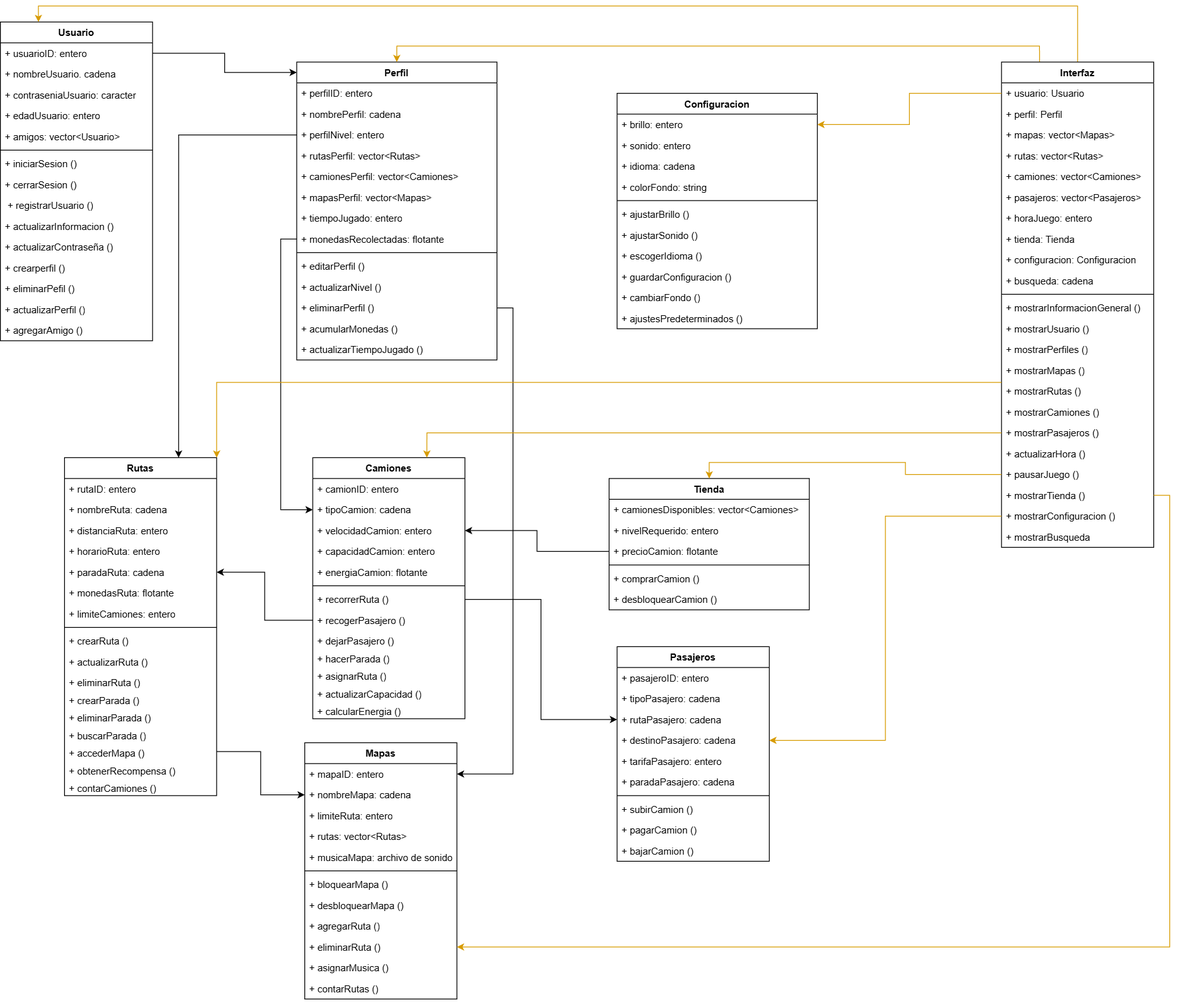
This is src/assets/images/diagramas_uml/uml_basulto.png from Josemaria-Conde/Kukulc-n-Studio, a draw.io export, as it was before one commit. Source tidied: cells renumbered, new cells last; positions are measured from the earlier drawing's top-left corner, leaving out a move shared by most shapes.
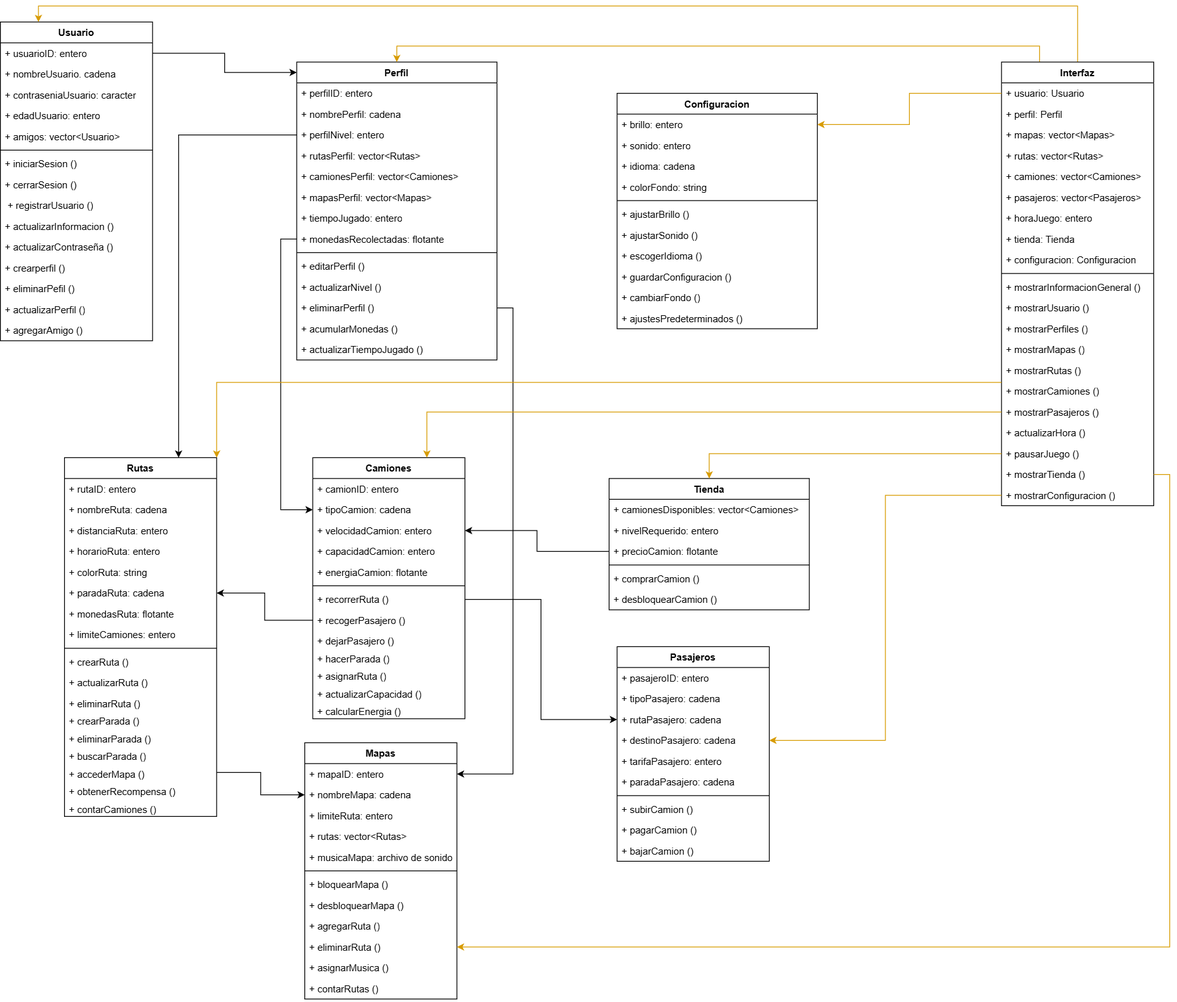
Later version of the same file.

Diff of the diagram source:
```diff
@@ -96,7 +96,7 @@
       <mxGeometry y="346" width="250" height="26" as="geometry" />
     </mxCell>
     <mxCell id="33" value="Rutas" style="swimlane;fontStyle=1;align=center;verticalAlign=top;horizontal=1;startSize=26;whiteSpace=wrap;html=1;" parent="1" vertex="1">
-      <mxGeometry x="80" y="544" width="190" height="422" as="geometry" />
+      <mxGeometry x="80" y="544" width="190" height="448" as="geometry" />
     </mxCell>
     <mxCell id="34" value="+ rutaID: entero&amp;nbsp;" style="text;strokeColor=none;fillColor=none;align=left;verticalAlign=top;spacingLeft=4;spacingRight=4;overflow=hidden;whiteSpace=wrap;html=1;" parent="33" vertex="1">
       <mxGeometry y="26" width="190" height="26" as="geometry" />
@@ -110,44 +110,47 @@
     <mxCell id="37" value="+ horarioRuta: entero" style="text;strokeColor=none;fillColor=none;align=left;verticalAlign=top;spacingLeft=4;spacingRight=4;overflow=hidden;whiteSpace=wrap;html=1;" parent="33" vertex="1">
       <mxGeometry y="104" width="190" height="26" as="geometry" />
     </mxCell>
+    <mxCell id="148" value="+ colorRuta: string" style="text;strokeColor=none;fillColor=none;align=left;verticalAlign=top;spacingLeft=4;spacingRight=4;overflow=hidden;whiteSpace=wrap;html=1;" parent="33" vertex="1">
+      <mxGeometry y="130" width="190" height="26" as="geometry" />
+    </mxCell>
     <mxCell id="38" value="+ paradaRuta: cadena" style="text;strokeColor=none;fillColor=none;align=left;verticalAlign=top;spacingLeft=4;spacingRight=4;overflow=hidden;points=[[0,0.5],[1,0.5]];portConstraint=eastwest;whiteSpace=wrap;html=1;" parent="33" vertex="1">
-      <mxGeometry y="130" width="190" height="26" as="geometry" />
+      <mxGeometry y="156" width="190" height="26" as="geometry" />
     </mxCell>
     <mxCell id="39" value="+ monedasRuta: flotante" style="text;strokeColor=none;fillColor=none;align=left;verticalAlign=top;spacingLeft=4;spacingRight=4;overflow=hidden;whiteSpace=wrap;html=1;" parent="33" vertex="1">
-      <mxGeometry y="156" width="190" height="26" as="geometry" />
+      <mxGeometry y="182" width="190" height="26" as="geometry" />
     </mxCell>
     <mxCell id="40" value="+ limiteCamiones: entero" style="text;strokeColor=none;fillColor=none;align=left;verticalAlign=top;spacingLeft=4;spacingRight=4;overflow=hidden;whiteSpace=wrap;html=1;" parent="33" vertex="1">
-      <mxGeometry y="182" width="190" height="26" as="geometry" />
+      <mxGeometry y="208" width="190" height="26" as="geometry" />
     </mxCell>
     <mxCell id="41" style="line;strokeWidth=1;fillColor=none;align=left;verticalAlign=middle;spacingTop=-1;spacingLeft=3;spacingRight=3;labelPosition=right;strokeColor=inherit;" parent="33" vertex="1">
-      <mxGeometry y="208" width="190" height="8" as="geometry" />
+      <mxGeometry y="234" width="190" height="8" as="geometry" />
     </mxCell>
     <mxCell id="42" value="+ crearRuta ()" style="text;strokeColor=none;fillColor=none;align=left;verticalAlign=top;spacingLeft=4;spacingRight=4;overflow=hidden;whiteSpace=wrap;html=1;" parent="33" vertex="1">
-      <mxGeometry y="216" width="190" height="26" as="geometry" />
+      <mxGeometry y="242" width="190" height="26" as="geometry" />
     </mxCell>
     <mxCell id="43" value="+ actualizarRuta ()" style="text;strokeColor=none;fillColor=none;align=left;verticalAlign=top;spacingLeft=4;spacingRight=4;overflow=hidden;whiteSpace=wrap;html=1;" parent="33" vertex="1">
-      <mxGeometry y="242" width="190" height="26" as="geometry" />
+      <mxGeometry y="268" width="190" height="26" as="geometry" />
     </mxCell>
     <mxCell id="44" value="+ eliminarRuta ()" style="text;strokeColor=none;fillColor=none;align=left;verticalAlign=top;spacingLeft=4;spacingRight=4;overflow=hidden;whiteSpace=wrap;html=1;" parent="33" vertex="1">
-      <mxGeometry y="268" width="190" height="22" as="geometry" />
+      <mxGeometry y="294" width="190" height="22" as="geometry" />
     </mxCell>
     <mxCell id="45" value="+ crearParada ()" style="text;strokeColor=none;fillColor=none;align=left;verticalAlign=top;spacingLeft=4;spacingRight=4;overflow=hidden;whiteSpace=wrap;html=1;" parent="33" vertex="1">
-      <mxGeometry y="290" width="190" height="22" as="geometry" />
+      <mxGeometry y="316" width="190" height="22" as="geometry" />
     </mxCell>
     <mxCell id="46" value="+ eliminarParada ()" style="text;strokeColor=none;fillColor=none;align=left;verticalAlign=top;spacingLeft=4;spacingRight=4;overflow=hidden;whiteSpace=wrap;html=1;" parent="33" vertex="1">
-      <mxGeometry y="312" width="190" height="22" as="geometry" />
+      <mxGeometry y="338" width="190" height="22" as="geometry" />
     </mxCell>
     <mxCell id="47" value="+ buscarParada ()" style="text;strokeColor=none;fillColor=none;align=left;verticalAlign=top;spacingLeft=4;spacingRight=4;overflow=hidden;whiteSpace=wrap;html=1;" parent="33" vertex="1">
-      <mxGeometry y="334" width="190" height="22" as="geometry" />
+      <mxGeometry y="360" width="190" height="22" as="geometry" />
     </mxCell>
     <mxCell id="48" value="+ accederMapa ()" style="text;strokeColor=none;fillColor=none;align=left;verticalAlign=top;spacingLeft=4;spacingRight=4;overflow=hidden;points=[[0,0.5],[1,0.5]];portConstraint=eastwest;whiteSpace=wrap;html=1;" parent="33" vertex="1">
-      <mxGeometry y="356" width="190" height="22" as="geometry" />
+      <mxGeometry y="382" width="190" height="22" as="geometry" />
     </mxCell>
     <mxCell id="49" value="+ obtenerRecompensa ()" style="text;strokeColor=none;fillColor=none;align=left;verticalAlign=top;spacingLeft=4;spacingRight=4;overflow=hidden;whiteSpace=wrap;html=1;" parent="33" vertex="1">
-      <mxGeometry y="378" width="190" height="22" as="geometry" />
+      <mxGeometry y="404" width="190" height="22" as="geometry" />
     </mxCell>
     <mxCell id="50" value="+ contarCamiones ()" style="text;strokeColor=none;fillColor=none;align=left;verticalAlign=top;spacingLeft=4;spacingRight=4;overflow=hidden;whiteSpace=wrap;html=1;" parent="33" vertex="1">
-      <mxGeometry y="400" width="190" height="22" as="geometry" />
+      <mxGeometry y="426" width="190" height="22" as="geometry" />
     </mxCell>
     <mxCell id="51" value="Camiones" style="swimlane;fontStyle=1;align=center;verticalAlign=top;horizontal=1;startSize=26;whiteSpace=wrap;html=1;" parent="1" vertex="1">
       <mxGeometry x="390" y="544" width="190" height="326" as="geometry" />
@@ -231,7 +234,7 @@
       <mxGeometry relative="1" as="geometry" />
     </mxCell>
     <mxCell id="78" value="Interfaz" style="swimlane;fontStyle=1;align=center;verticalAlign=top;horizontal=1;startSize=26;whiteSpace=wrap;html=1;" parent="1" vertex="1">
-      <mxGeometry x="1250" y="50" width="190" height="606" as="geometry" />
+      <mxGeometry x="1250" y="50" width="190" height="554" as="geometry" />
     </mxCell>
     <mxCell id="79" value="+ usuario: Usuario" style="text;strokeColor=none;fillColor=none;align=left;verticalAlign=top;spacingLeft=4;spacingRight=4;overflow=hidden;points=[[0,0.5],[1,0.5]];portConstraint=eastwest;whiteSpace=wrap;html=1;" parent="78" vertex="1">
       <mxGeometry y="26" width="190" height="26" as="geometry" />
@@ -260,48 +263,42 @@
     <mxCell id="87" value="+ configuracion: Configuracion" style="text;strokeColor=none;fillColor=none;align=left;verticalAlign=top;spacingLeft=4;spacingRight=4;overflow=hidden;whiteSpace=wrap;html=1;" parent="78" vertex="1">
       <mxGeometry y="234" width="190" height="26" as="geometry" />
     </mxCell>
-    <mxCell id="88" value="+ busqueda: cadena&amp;nbsp;" style="text;strokeColor=none;fillColor=none;align=left;verticalAlign=top;spacingLeft=4;spacingRight=4;overflow=hidden;whiteSpace=wrap;html=1;" parent="78" vertex="1">
-      <mxGeometry y="260" width="190" height="26" as="geometry" />
-    </mxCell>
     <mxCell id="89" style="line;strokeWidth=1;fillColor=none;align=left;verticalAlign=middle;spacingTop=-1;spacingLeft=3;spacingRight=3;labelPosition=right;strokeColor=inherit;" parent="78" vertex="1">
-      <mxGeometry y="286" width="190" height="8" as="geometry" />
+      <mxGeometry y="260" width="190" height="8" as="geometry" />
     </mxCell>
     <mxCell id="90" value="+ mostrarInformacionGeneral ()" style="text;strokeColor=none;fillColor=none;align=left;verticalAlign=top;spacingLeft=4;spacingRight=4;overflow=hidden;whiteSpace=wrap;html=1;" parent="78" vertex="1">
-      <mxGeometry y="294" width="190" height="26" as="geometry" />
+      <mxGeometry y="268" width="190" height="26" as="geometry" />
     </mxCell>
     <mxCell id="91" value="+ mostrarUsuario ()" style="text;strokeColor=none;fillColor=none;align=left;verticalAlign=top;spacingLeft=4;spacingRight=4;overflow=hidden;whiteSpace=wrap;html=1;" parent="78" vertex="1">
-      <mxGeometry y="320" width="190" height="26" as="geometry" />
+      <mxGeometry y="294" width="190" height="26" as="geometry" />
     </mxCell>
     <mxCell id="92" value="+ mostrarPerfiles ()" style="text;strokeColor=none;fillColor=none;align=left;verticalAlign=top;spacingLeft=4;spacingRight=4;overflow=hidden;whiteSpace=wrap;html=1;" parent="78" vertex="1">
-      <mxGeometry y="346" width="190" height="26" as="geometry" />
+      <mxGeometry y="320" width="190" height="26" as="geometry" />
     </mxCell>
     <mxCell id="93" value="+ mostrarMapas ()" style="text;strokeColor=none;fillColor=none;align=left;verticalAlign=top;spacingLeft=4;spacingRight=4;overflow=hidden;whiteSpace=wrap;html=1;" parent="78" vertex="1">
-      <mxGeometry y="372" width="190" height="26" as="geometry" />
+      <mxGeometry y="346" width="190" height="26" as="geometry" />
     </mxCell>
     <mxCell id="94" value="+ mostrarRutas ()" style="text;strokeColor=none;fillColor=none;align=left;verticalAlign=top;spacingLeft=4;spacingRight=4;overflow=hidden;whiteSpace=wrap;html=1;" parent="78" vertex="1">
-      <mxGeometry y="398" width="190" height="26" as="geometry" />
+      <mxGeometry y="372" width="190" height="26" as="geometry" />
     </mxCell>
     <mxCell id="95" value="+ mostrarCamiones ()" style="text;strokeColor=none;fillColor=none;align=left;verticalAlign=top;spacingLeft=4;spacingRight=4;overflow=hidden;whiteSpace=wrap;html=1;" parent="78" vertex="1">
-      <mxGeometry y="424" width="190" height="26" as="geometry" />
+      <mxGeometry y="398" width="190" height="26" as="geometry" />
     </mxCell>
     <mxCell id="96" value="+ mostrarPasajeros ()" style="text;strokeColor=none;fillColor=none;align=left;verticalAlign=top;spacingLeft=4;spacingRight=4;overflow=hidden;points=[[0,0.5],[1,0.5]];portConstraint=eastwest;whiteSpace=wrap;html=1;" parent="78" vertex="1">
-      <mxGeometry y="450" width="190" height="26" as="geometry" />
+      <mxGeometry y="424" width="190" height="26" as="geometry" />
     </mxCell>
     <mxCell id="97" value="+ actualizarHora ()" style="text;strokeColor=none;fillColor=none;align=left;verticalAlign=top;spacingLeft=4;spacingRight=4;overflow=hidden;whiteSpace=wrap;html=1;" parent="78" vertex="1">
-      <mxGeometry y="476" width="190" height="26" as="geometry" />
+      <mxGeometry y="450" width="190" height="26" as="geometry" />
     </mxCell>
     <mxCell id="98" value="+ pausarJuego ()" style="text;strokeColor=none;fillColor=none;align=left;verticalAlign=top;spacingLeft=4;spacingRight=4;overflow=hidden;points=[[0,0.5],[1,0.5]];portConstraint=eastwest;whiteSpace=wrap;html=1;" parent="78" vertex="1">
-      <mxGeometry y="502" width="190" height="26" as="geometry" />
+      <mxGeometry y="476" width="190" height="26" as="geometry" />
     </mxCell>
     <mxCell id="99" value="+ mostrarTienda ()" style="text;strokeColor=none;fillColor=none;align=left;verticalAlign=top;spacingLeft=4;spacingRight=4;overflow=hidden;points=[[0,0.5],[1,0.5]];portConstraint=eastwest;whiteSpace=wrap;html=1;" parent="78" vertex="1">
-      <mxGeometry y="528" width="190" height="26" as="geometry" />
+      <mxGeometry y="502" width="190" height="26" as="geometry" />
     </mxCell>
     <mxCell id="100" value="+ mostrarConfiguracion ()" style="text;strokeColor=none;fillColor=none;align=left;verticalAlign=top;spacingLeft=4;spacingRight=4;overflow=hidden;points=[[0,0.5],[1,0.5]];portConstraint=eastwest;whiteSpace=wrap;html=1;" parent="78" vertex="1">
-      <mxGeometry y="554" width="190" height="26" as="geometry" />
+      <mxGeometry y="528" width="190" height="26" as="geometry" />
     </mxCell>
-    <mxCell id="101" value="+ mostrarBusqueda" style="text;strokeColor=none;fillColor=none;align=left;verticalAlign=top;spacingLeft=4;spacingRight=4;overflow=hidden;whiteSpace=wrap;html=1;" parent="78" vertex="1">
-      <mxGeometry y="580" width="190" height="26" as="geometry" />
-    </mxCell>
     <mxCell id="102" value="Mapas" style="swimlane;fontStyle=1;align=center;verticalAlign=top;horizontal=1;startSize=26;whiteSpace=wrap;html=1;" parent="1" vertex="1">
       <mxGeometry x="380" y="900" width="190" height="320" as="geometry" />
     </mxCell>
```
